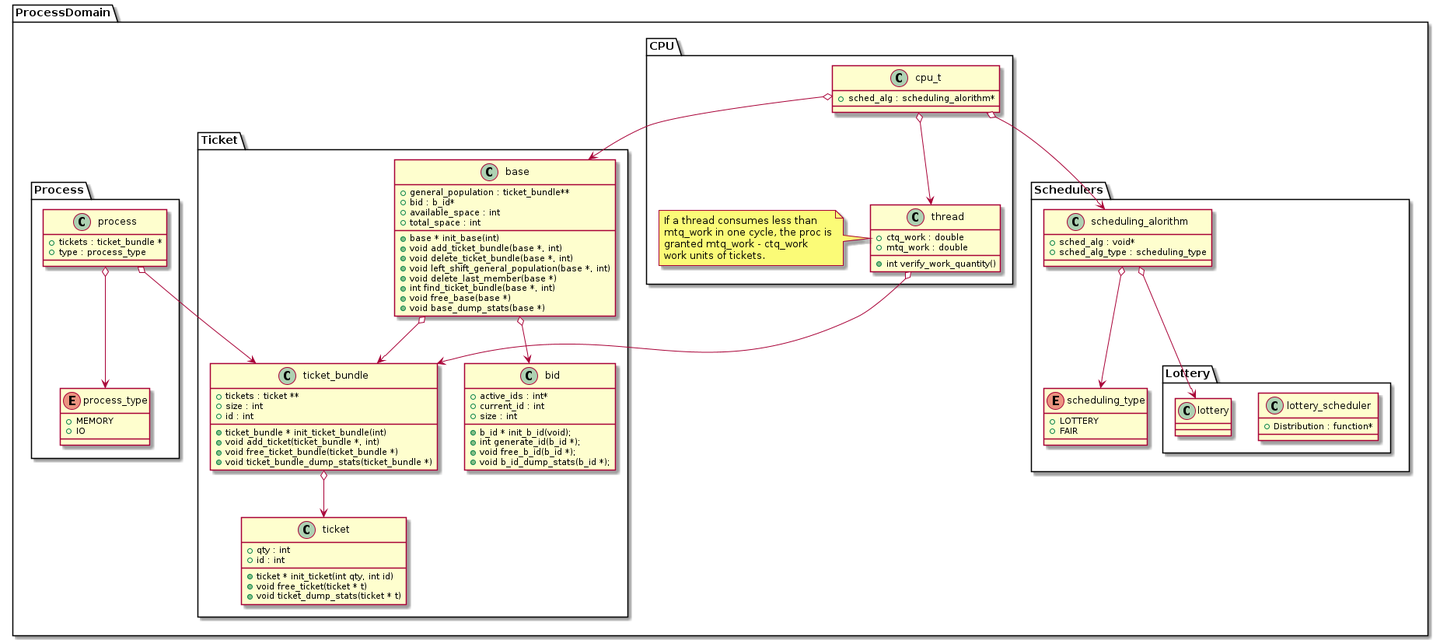
millipedes/Scheduling-Simulator keeps this PlantUML diagram as documentation/uml_figure.png. Above is the earlier version.
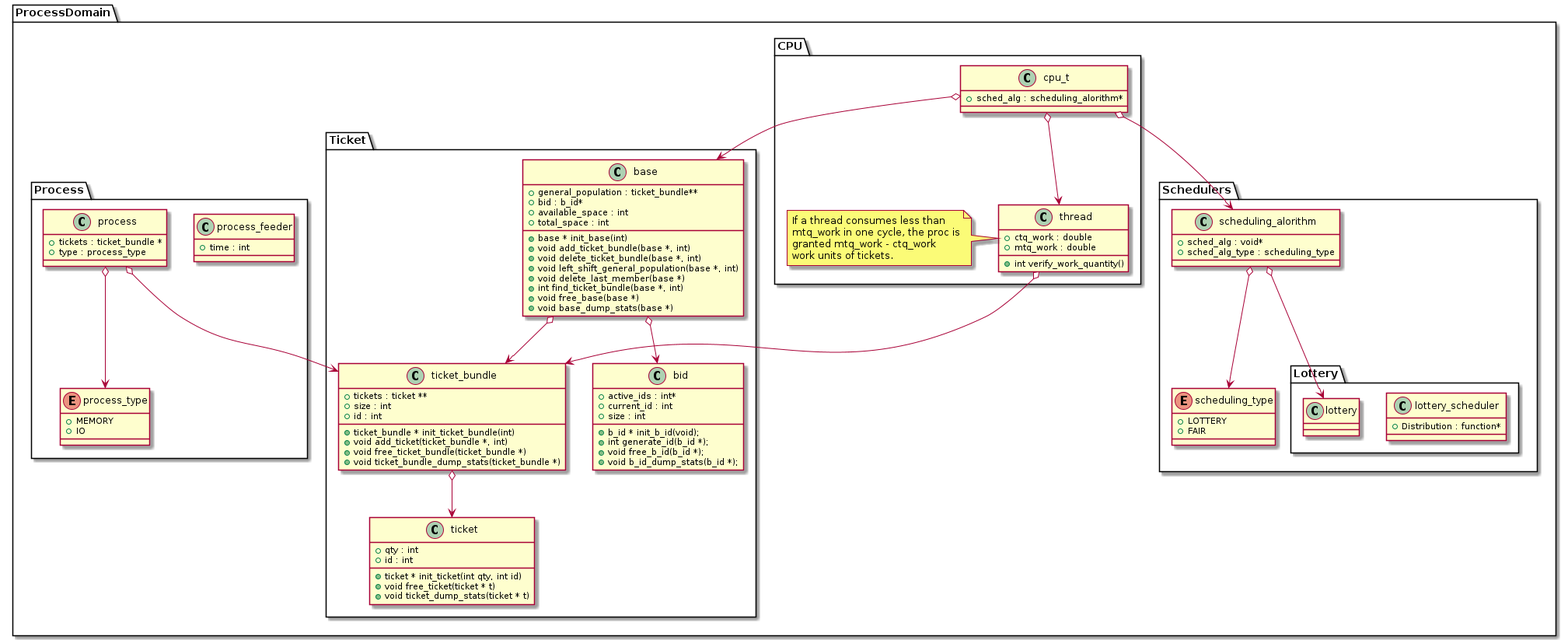
After the commit.

The edit, as a diff of the source:
```diff
@@ -78,6 +78,10 @@
   }
 
   package Process {
+    class process_feeder {
+      {field} + time : int
+    }
+
     class process {
       {field} + tickets : ticket_bundle *
       {field} + type : process_type
```
